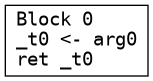
Before: get_bool.png, a diagram exported from Graphviz (seanchuck/compiler-s25). Its source is kept beside it as get_bool.dot.
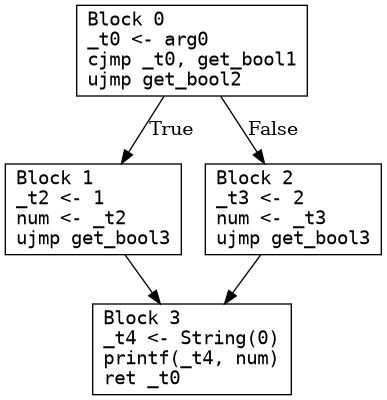
After the commit.

Diff of the diagram source:
```diff
@@ -1,4 +1,11 @@
 digraph CFG {
   node [shape=box fontname="monospace"];
-  0 [label="Block 0\l_t0 <- arg0\lret _t0\l"];
+  0 [label="Block 0\l_t0 <- arg0\lcjmp _t0, get_bool1\lujmp get_bool2\l"];
+  1 [label="Block 1\l_t2 <- 1\lnum <- _t2\lujmp get_bool3\l"];
+  2 [label="Block 2\l_t3 <- 2\lnum <- _t3\lujmp get_bool3\l"];
+  3 [label="Block 3\l_t4 <- String(0)\lprintf(_t4, num)\lret _t0\l"];
+  0 -> 1 [label="True"];
+  0 -> 2 [label="False"];
+  1 -> 3 [label=""];
+  2 -> 3 [label=""];
 }
```
